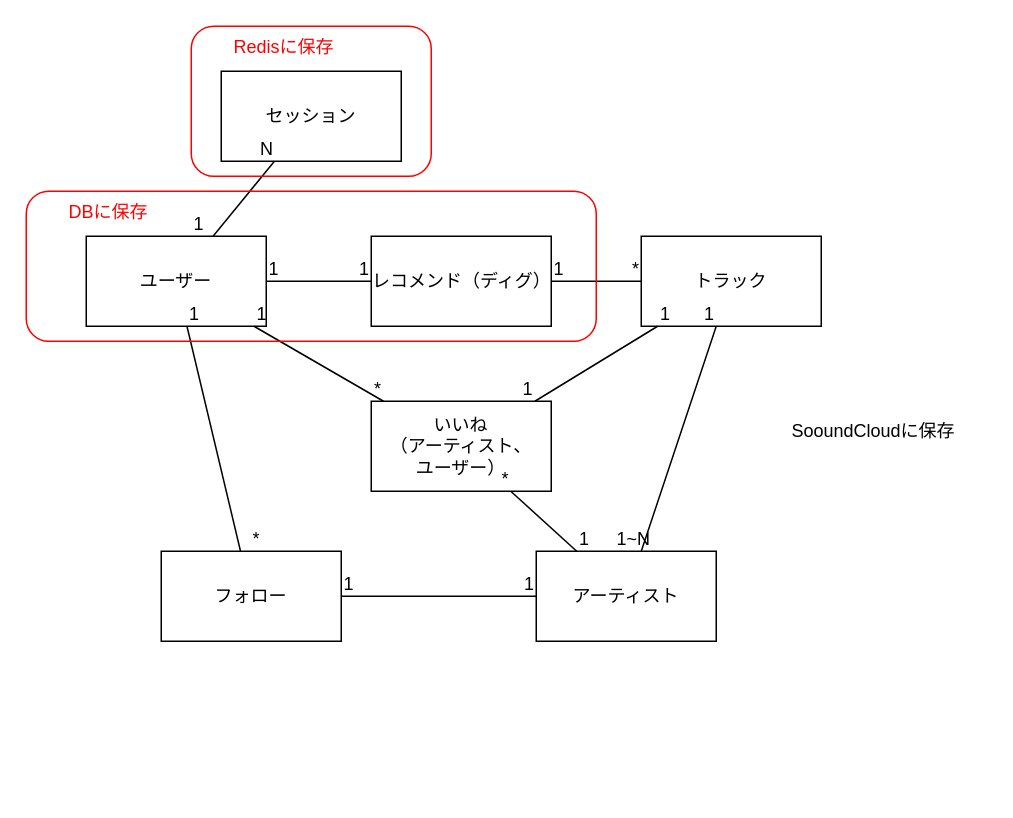
Above: docs/conceptual-diagram.drawio in eito0518/digbeats-v3 (draw.io), before the change. Source tidied: cells renumbered, new cells numbered last; positions are measured from the earlier drawing's top-left corner, leaving out a move shared by most shapes. Both pictures are drawn from the tidied source at 150%, with x=0, y=0 at pixel (26, 26).
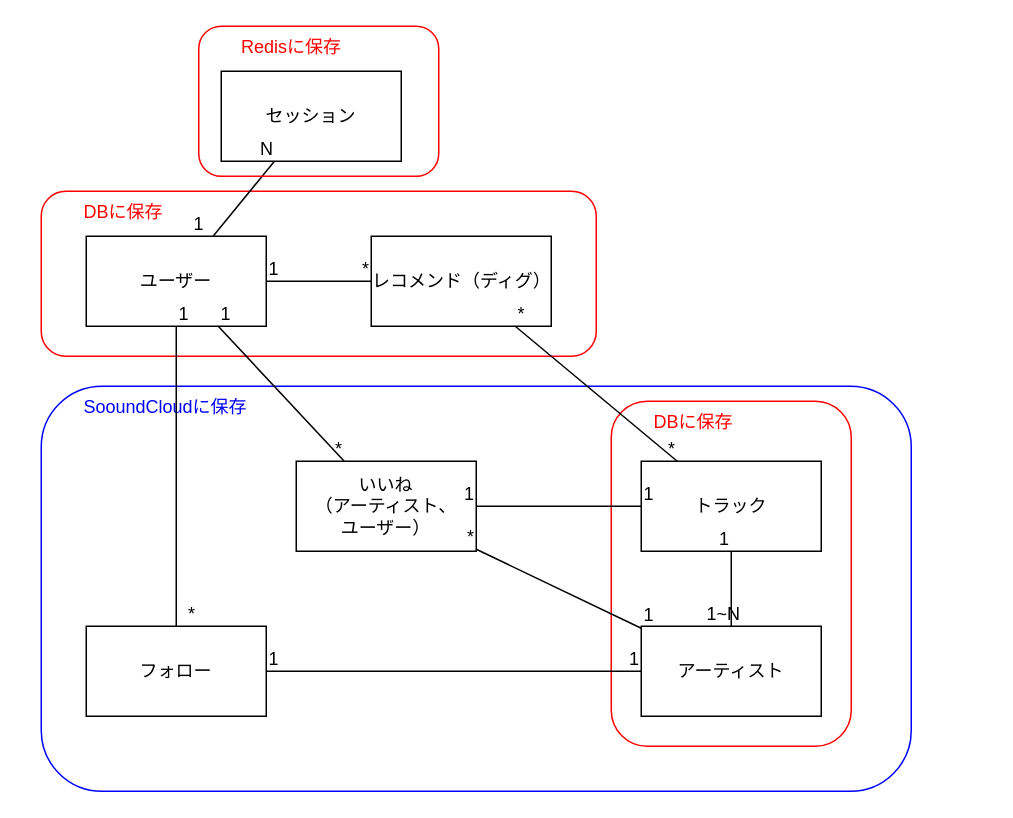
The same page after the edit.

Commit message:
docs: update conceptual-diagram to match ERD

The change refers to these unchanged cells:
```xml
<mxCell id="2" value="ユーザー" style="rounded=0;whiteSpace=wrap;html=1;" parent="1" vertex="1">
  <mxGeometry x="40" y="140" width="120" height="60" as="geometry" />
</mxCell>
<mxCell id="6" value="レコメンド（ディグ）" style="rounded=0;whiteSpace=wrap;html=1;" parent="1" vertex="1">
  <mxGeometry x="230" y="140" width="120" height="60" as="geometry" />
</mxCell>
<mxCell id="24" style="endArrow=none;html=1;rounded=0;" parent="1" edge="1" source="6" target="5">
  <mxGeometry relative="1" as="geometry" />
</mxCell>
```

What changed in the source:
```diff
@@
+    <mxCell id="36" value="&lt;span style=&quot;text-align: center;&quot;&gt;&lt;font style=&quot;color: rgb(0, 0, 255);&quot;&gt;&lt;span style=&quot;white-space: pre;&quot;&gt;&#9;&lt;/span&gt;SooundCloudに保存&lt;/font&gt;&lt;/span&gt;" style="rounded=1;whiteSpace=wrap;html=1;strokeColor=#0000FF;fillColor=none;align=left;verticalAlign=top;" parent="1" vertex="1">
+      <mxGeometry x="10" y="240" width="580" height="270" as="geometry" />
+    </mxCell>
+    <mxCell id="39" value="&lt;font style=&quot;color: rgb(255, 0, 0);&quot;&gt;&lt;span style=&quot;white-space: pre;&quot;&gt;&#9;&lt;/span&gt;DBに保存&lt;/font&gt;" style="rounded=1;whiteSpace=wrap;html=1;strokeColor=#FF0000;fillColor=none;align=left;verticalAlign=top;" parent="1" vertex="1">
+      <mxGeometry x="10" y="110" width="370" height="110" as="geometry" />
+    </mxCell>
+    <mxCell id="40" value="&lt;font style=&quot;color: rgb(255, 0, 0);&quot;&gt;&lt;span style=&quot;white-space: pre;&quot;&gt;&#9;&lt;/span&gt;DBに保存&lt;/font&gt;" style="rounded=1;whiteSpace=wrap;html=1;strokeColor=#FF0000;fillColor=none;align=left;verticalAlign=top;" parent="1" vertex="1">
+      <mxGeometry x="390" y="250" width="160" height="230" as="geometry" />
+    </mxCell>
@@
     <mxCell id="4" value="アーティスト" style="rounded=0;whiteSpace=wrap;html=1;" parent="1" vertex="1">
-      <mxGeometry x="340" y="350" width="120" height="60" as="geometry" />
+      <mxGeometry x="410" y="400" width="120" height="60" as="geometry" />
     </mxCell>
     <mxCell id="5" value="トラック" style="rounded=0;whiteSpace=wrap;html=1;" parent="1" vertex="1">
-      <mxGeometry x="410" y="140" width="120" height="60" as="geometry" />
+      <mxGeometry x="410" y="290" width="120" height="60" as="geometry" />
     </mxCell>
@@
     <mxCell id="7" value="フォロー" style="rounded=0;whiteSpace=wrap;html=1;" parent="1" vertex="1">
-      <mxGeometry x="90" y="350" width="120" height="60" as="geometry" />
+      <mxGeometry x="40" y="400" width="120" height="60" as="geometry" />
     </mxCell>
     <mxCell id="8" value="いいね&lt;div&gt;（アーティスト、&lt;/div&gt;&lt;div&gt;ユーザー）&lt;/div&gt;" style="rounded=0;whiteSpace=wrap;html=1;" parent="1" vertex="1">
-      <mxGeometry x="230" y="250" width="120" height="60" as="geometry" />
+      <mxGeometry x="180" y="290" width="120" height="60" as="geometry" />
     </mxCell>
@@
-    <mxCell id="21" style="endArrow=none;html=1;rounded=0;" parent="1" edge="1" source="2" target="6">
-      <mxGeometry relative="1" as="geometry" />
-    </mxCell>
-    <mxCell id="22" value="1" style="html=1;whiteSpace=wrap;align=left;verticalAlign=bottom;" parent="21" vertex="1">
-      <mxGeometry x="-1" relative="1" as="geometry" />
-    </mxCell>
-    <mxCell id="23" value="1" style="html=1;whiteSpace=wrap;align=right;verticalAlign=bottom;" parent="21" vertex="1">
-      <mxGeometry x="1" relative="1" as="geometry" />
-    </mxCell>
@@
-    <mxCell id="25" value="1" style="html=1;whiteSpace=wrap;align=left;verticalAlign=bottom;" parent="24" vertex="1">
+    <mxCell id="25" value="*" style="html=1;whiteSpace=wrap;align=left;verticalAlign=bottom;" parent="24" vertex="1">
       <mxGeometry x="-1" relative="1" as="geometry" />
     </mxCell>
@@
-    <mxCell id="36" value="&lt;font style=&quot;color: rgb(255, 0, 0);&quot;&gt;&lt;span style=&quot;white-space: pre;&quot;&gt;&#9;&lt;/span&gt;DBに保存&lt;/font&gt;" style="rounded=1;whiteSpace=wrap;html=1;strokeColor=#FF0000;fillColor=none;align=left;verticalAlign=top;" parent="1" vertex="1">
-      <mxGeometry y="110" width="380" height="100" as="geometry" />
-    </mxCell>
     <mxCell id="37" value="&lt;font style=&quot;color: rgb(255, 0, 0);&quot;&gt;&lt;span style=&quot;white-space: pre;&quot;&gt;&#9;&lt;/span&gt;Redisに保存&lt;/font&gt;" style="rounded=1;whiteSpace=wrap;html=1;strokeColor=#FF0000;fillColor=none;align=left;verticalAlign=top;" parent="1" vertex="1">
-      <mxGeometry x="110" width="160" height="100" as="geometry" />
+      <mxGeometry x="115" width="160" height="100" as="geometry" />
     </mxCell>
-    <mxCell id="38" value="SooundCloudに保存" style="text;strokeColor=none;align=center;fillColor=none;html=1;verticalAlign=middle;whiteSpace=wrap;rounded=0;" parent="1" vertex="1">
-      <mxGeometry x="490" y="230" width="150" height="80" as="geometry" />
-    </mxCell>
+    <mxCell id="21" style="endArrow=none;html=1;rounded=0;entryX=0;entryY=0.5;entryDx=0;entryDy=0;" parent="1" edge="1" source="2" target="6">
+      <mxGeometry relative="1" as="geometry" />
+    </mxCell>
+    <mxCell id="22" value="1" style="html=1;whiteSpace=wrap;align=left;verticalAlign=bottom;" parent="21" vertex="1">
+      <mxGeometry x="-1" relative="1" as="geometry" />
+    </mxCell>
+    <mxCell id="41" value="*" style="html=1;whiteSpace=wrap;align=right;verticalAlign=bottom;" parent="21" vertex="1">
+      <mxGeometry x="1" relative="1" as="geometry" />
+    </mxCell>
```
